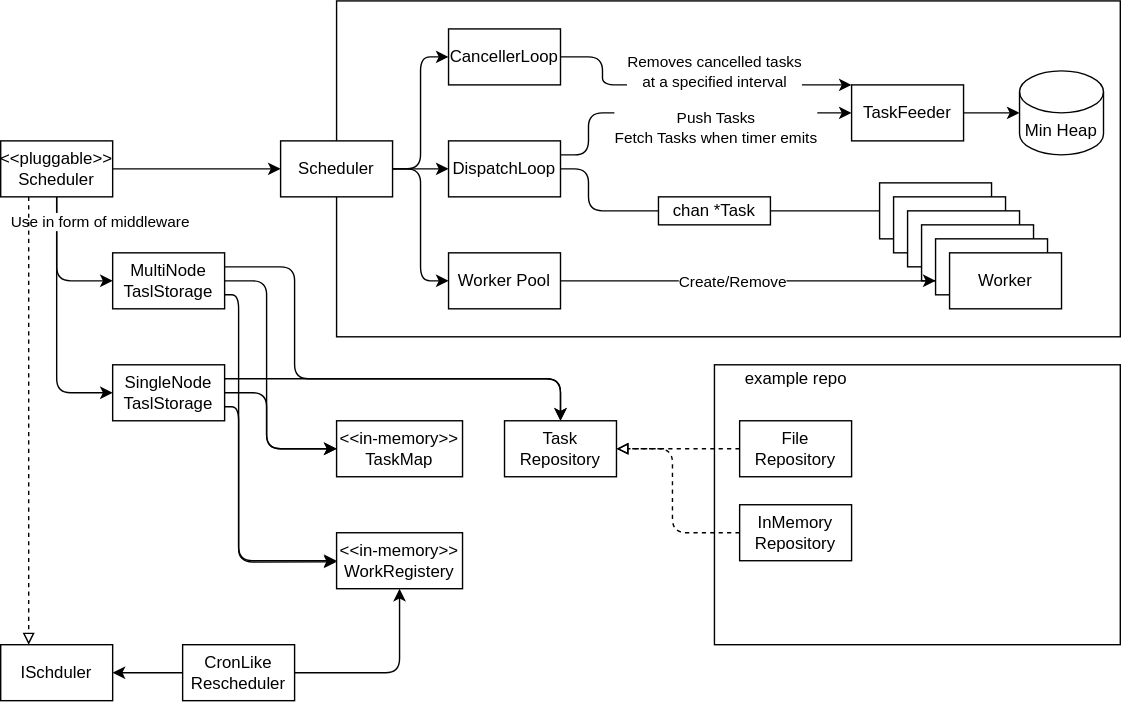
Earlier version of the draw.io export arch.drawio.svg (ngicks/gokugen). Source tidied: cells renumbered, new cells last; positions are measured from the earlier drawing's top-left corner, leaving out a move shared by most shapes. Its diagram source:
```xml
<mxGraphModel>
  <root>
    <mxCell id="0" />
    <mxCell id="1" parent="0" />
    <mxCell id="2" style="rounded=0;whiteSpace=wrap;html=1;align=center;" parent="1" vertex="1">
      <mxGeometry x="510" y="260" width="290" height="200" as="geometry" />
    </mxCell>
    <mxCell id="3" style="rounded=0;whiteSpace=wrap;html=1;" parent="1" vertex="1">
      <mxGeometry x="240" width="560" height="240" as="geometry" />
    </mxCell>
    <mxCell id="4" value="Min Heap" style="shape=cylinder3;whiteSpace=wrap;html=1;boundedLbl=1;backgroundOutline=1;size=15;" parent="1" vertex="1">
      <mxGeometry x="728" y="50" width="60" height="60" as="geometry" />
    </mxCell>
    <mxCell id="5" style="edgeStyle=none;html=1;entryX=0;entryY=0.5;entryDx=0;entryDy=0;entryPerimeter=0;" parent="1" edge="1" source="6" target="4">
      <mxGeometry relative="1" as="geometry" />
    </mxCell>
    <mxCell id="6" value="TaskFeeder" style="rounded=0;whiteSpace=wrap;html=1;" parent="1" vertex="1">
      <mxGeometry x="608" y="60" width="80" height="40" as="geometry" />
    </mxCell>
    <mxCell id="7" style="edgeStyle=none;html=1;endArrow=none;endFill=0;" parent="1" edge="1" source="8" target="21">
      <mxGeometry relative="1" as="geometry" />
    </mxCell>
    <mxCell id="8" value="Worker" style="rounded=0;whiteSpace=wrap;html=1;" parent="1" vertex="1">
      <mxGeometry x="628" y="130" width="80" height="40" as="geometry" />
    </mxCell>
    <mxCell id="9" value="Worker" style="rounded=0;whiteSpace=wrap;html=1;" parent="1" vertex="1">
      <mxGeometry x="638" y="140" width="80" height="40" as="geometry" />
    </mxCell>
    <mxCell id="10" value="Worker" style="rounded=0;whiteSpace=wrap;html=1;" parent="1" vertex="1">
      <mxGeometry x="648" y="150" width="80" height="40" as="geometry" />
    </mxCell>
    <mxCell id="11" value="Worker" style="rounded=0;whiteSpace=wrap;html=1;" parent="1" vertex="1">
      <mxGeometry x="658" y="160" width="80" height="40" as="geometry" />
    </mxCell>
    <mxCell id="12" value="Worker" style="rounded=0;whiteSpace=wrap;html=1;" parent="1" vertex="1">
      <mxGeometry x="668" y="170" width="80" height="40" as="geometry" />
    </mxCell>
    <mxCell id="13" value="Worker" style="rounded=0;whiteSpace=wrap;html=1;" parent="1" vertex="1">
      <mxGeometry x="678" y="180" width="80" height="40" as="geometry" />
    </mxCell>
    <mxCell id="14" style="edgeStyle=none;html=1;entryX=0;entryY=0.75;entryDx=0;entryDy=0;" parent="1" edge="1" source="16" target="12">
      <mxGeometry relative="1" as="geometry" />
    </mxCell>
    <mxCell id="15" value="Create/Remove" style="edgeLabel;html=1;align=center;verticalAlign=middle;" parent="14" vertex="1">
      <mxGeometry x="-0.14" y="-2" relative="1" as="geometry">
        <mxPoint x="7" y="-2" as="offset" />
      </mxGeometry>
    </mxCell>
    <mxCell id="16" value="Worker Pool" style="rounded=0;whiteSpace=wrap;html=1;" parent="1" vertex="1">
      <mxGeometry x="320" y="180" width="80" height="40" as="geometry" />
    </mxCell>
    <mxCell id="17" style="edgeStyle=none;html=1;entryX=0;entryY=0.5;entryDx=0;entryDy=0;exitX=1;exitY=0.25;exitDx=0;exitDy=0;" parent="1" edge="1" source="20" target="6">
      <mxGeometry relative="1" as="geometry">
        <Array as="points">
          <mxPoint x="420" y="110" />
          <mxPoint x="420" y="80" />
        </Array>
      </mxGeometry>
    </mxCell>
    <mxCell id="18" value="Push Tasks&lt;br&gt;Fetch Tasks when timer emits" style="edgeLabel;html=1;align=center;verticalAlign=middle;" parent="17" vertex="1">
      <mxGeometry x="-0.14" relative="1" as="geometry">
        <mxPoint x="38" y="10" as="offset" />
      </mxGeometry>
    </mxCell>
    <mxCell id="19" style="edgeStyle=none;html=1;entryX=0;entryY=0.5;entryDx=0;entryDy=0;endArrow=none;endFill=0;" parent="1" edge="1" source="20" target="21">
      <mxGeometry relative="1" as="geometry">
        <Array as="points">
          <mxPoint x="420" y="120" />
          <mxPoint x="420" y="150" />
        </Array>
      </mxGeometry>
    </mxCell>
    <mxCell id="20" value="DispatchLoop" style="rounded=0;whiteSpace=wrap;html=1;" parent="1" vertex="1">
      <mxGeometry x="320" y="100" width="80" height="40" as="geometry" />
    </mxCell>
    <mxCell id="21" value="chan *Task" style="rounded=0;whiteSpace=wrap;html=1;" parent="1" vertex="1">
      <mxGeometry x="470" y="140" width="80" height="20" as="geometry" />
    </mxCell>
    <mxCell id="22" value="&amp;lt;&amp;lt;in-memory&amp;gt;&amp;gt;&lt;br&gt;WorkRegistery" style="rounded=0;whiteSpace=wrap;html=1;" parent="1" vertex="1">
      <mxGeometry x="240" y="380" width="90" height="40" as="geometry" />
    </mxCell>
    <mxCell id="23" value="Task&lt;br&gt;Repository" style="rounded=0;whiteSpace=wrap;html=1;" parent="1" vertex="1">
      <mxGeometry x="360" y="300" width="80" height="40" as="geometry" />
    </mxCell>
    <mxCell id="24" style="edgeStyle=none;html=1;entryX=0;entryY=0.5;entryDx=0;entryDy=0;exitX=1;exitY=0.5;exitDx=0;exitDy=0;" parent="1" edge="1" source="27" target="16">
      <mxGeometry relative="1" as="geometry">
        <Array as="points">
          <mxPoint x="300" y="120" />
          <mxPoint x="300" y="200" />
        </Array>
      </mxGeometry>
    </mxCell>
    <mxCell id="25" style="edgeStyle=none;html=1;exitX=1;exitY=0.5;exitDx=0;exitDy=0;entryX=0;entryY=0.5;entryDx=0;entryDy=0;" parent="1" edge="1" source="27" target="30">
      <mxGeometry relative="1" as="geometry">
        <Array as="points">
          <mxPoint x="300" y="120" />
          <mxPoint x="300" y="40" />
        </Array>
      </mxGeometry>
    </mxCell>
    <mxCell id="26" style="edgeStyle=none;html=1;entryX=0;entryY=0.5;entryDx=0;entryDy=0;" parent="1" edge="1" source="27" target="20">
      <mxGeometry relative="1" as="geometry" />
    </mxCell>
    <mxCell id="27" value="Scheduler" style="rounded=0;whiteSpace=wrap;html=1;" parent="1" vertex="1">
      <mxGeometry x="200" y="100" width="80" height="40" as="geometry" />
    </mxCell>
    <mxCell id="28" style="edgeStyle=none;html=1;entryX=0;entryY=0;entryDx=0;entryDy=0;exitX=1;exitY=0.5;exitDx=0;exitDy=0;" parent="1" edge="1" source="30" target="6">
      <mxGeometry relative="1" as="geometry">
        <Array as="points">
          <mxPoint x="430" y="40" />
          <mxPoint x="430" y="60" />
        </Array>
      </mxGeometry>
    </mxCell>
    <mxCell id="29" value="Removes cancelled tasks&lt;br&gt;&amp;nbsp;at a specified interval" style="edgeLabel;html=1;align=center;verticalAlign=middle;" parent="28" vertex="1">
      <mxGeometry x="-0.55" y="1" relative="1" as="geometry">
        <mxPoint x="78" y="-9" as="offset" />
      </mxGeometry>
    </mxCell>
    <mxCell id="30" value="CancellerLoop" style="rounded=0;whiteSpace=wrap;html=1;" parent="1" vertex="1">
      <mxGeometry x="320" y="20" width="80" height="40" as="geometry" />
    </mxCell>
    <mxCell id="31" style="edgeStyle=none;html=1;entryX=0.5;entryY=0;entryDx=0;entryDy=0;endArrow=classic;endFill=1;exitX=1;exitY=0.25;exitDx=0;exitDy=0;" parent="1" edge="1" source="34" target="23">
      <mxGeometry relative="1" as="geometry">
        <Array as="points">
          <mxPoint x="400" y="270" />
        </Array>
      </mxGeometry>
    </mxCell>
    <mxCell id="32" style="edgeStyle=none;html=1;exitX=1;exitY=0.5;exitDx=0;exitDy=0;entryX=0;entryY=0.5;entryDx=0;entryDy=0;endArrow=classic;endFill=1;" parent="1" edge="1" source="34" target="39">
      <mxGeometry relative="1" as="geometry">
        <Array as="points">
          <mxPoint x="190" y="280" />
          <mxPoint x="190" y="320" />
        </Array>
      </mxGeometry>
    </mxCell>
    <mxCell id="33" style="edgeStyle=none;html=1;exitX=1;exitY=0.75;exitDx=0;exitDy=0;endArrow=classic;endFill=1;" parent="1" edge="1" source="34">
      <mxGeometry relative="1" as="geometry">
        <mxPoint x="240" y="400.8" as="targetPoint" />
        <Array as="points">
          <mxPoint x="170" y="290" />
          <mxPoint x="170" y="401" />
        </Array>
      </mxGeometry>
    </mxCell>
    <mxCell id="34" value="SingleNode&lt;br&gt;TaslStorage" style="rounded=0;whiteSpace=wrap;html=1;" parent="1" vertex="1">
      <mxGeometry x="80" y="260" width="80" height="40" as="geometry" />
    </mxCell>
    <mxCell id="35" style="edgeStyle=none;html=1;endArrow=classic;endFill=1;exitX=1;exitY=0.25;exitDx=0;exitDy=0;" parent="1" edge="1" source="38">
      <mxGeometry relative="1" as="geometry">
        <mxPoint x="400" y="300" as="targetPoint" />
        <Array as="points">
          <mxPoint x="210" y="190" />
          <mxPoint x="210" y="270" />
          <mxPoint x="400" y="270" />
        </Array>
      </mxGeometry>
    </mxCell>
    <mxCell id="36" style="edgeStyle=none;html=1;endArrow=classic;endFill=1;entryX=0;entryY=0.5;entryDx=0;entryDy=0;" parent="1" edge="1" source="38" target="39">
      <mxGeometry relative="1" as="geometry">
        <Array as="points">
          <mxPoint x="190" y="200" />
          <mxPoint x="190" y="320" />
        </Array>
      </mxGeometry>
    </mxCell>
    <mxCell id="37" style="edgeStyle=none;html=1;exitX=1;exitY=0.75;exitDx=0;exitDy=0;entryX=0;entryY=0.5;entryDx=0;entryDy=0;endArrow=classic;endFill=1;" parent="1" edge="1" source="38" target="22">
      <mxGeometry relative="1" as="geometry">
        <Array as="points">
          <mxPoint x="170" y="210" />
          <mxPoint x="170" y="400" />
        </Array>
      </mxGeometry>
    </mxCell>
    <mxCell id="38" value="MultiNode&lt;br&gt;TaslStorage" style="rounded=0;whiteSpace=wrap;html=1;" parent="1" vertex="1">
      <mxGeometry x="80" y="180" width="80" height="40" as="geometry" />
    </mxCell>
    <mxCell id="39" value="&amp;lt;&amp;lt;in-memory&amp;gt;&amp;gt;&lt;br&gt;TaskMap" style="rounded=0;whiteSpace=wrap;html=1;" parent="1" vertex="1">
      <mxGeometry x="240" y="300" width="90" height="40" as="geometry" />
    </mxCell>
    <mxCell id="40" style="edgeStyle=none;html=1;entryX=0;entryY=0.5;entryDx=0;entryDy=0;endArrow=classic;endFill=1;" parent="1" edge="1" source="45" target="27">
      <mxGeometry relative="1" as="geometry" />
    </mxCell>
    <mxCell id="41" style="edgeStyle=none;html=1;exitX=0.5;exitY=1;exitDx=0;exitDy=0;entryX=0;entryY=0.5;entryDx=0;entryDy=0;endArrow=classic;endFill=1;" parent="1" edge="1" source="45" target="34">
      <mxGeometry relative="1" as="geometry">
        <Array as="points">
          <mxPoint x="40" y="280" />
        </Array>
      </mxGeometry>
    </mxCell>
    <mxCell id="42" style="edgeStyle=none;html=1;entryX=0;entryY=0.5;entryDx=0;entryDy=0;endArrow=classic;endFill=1;" parent="1" edge="1" source="45" target="38">
      <mxGeometry relative="1" as="geometry">
        <Array as="points">
          <mxPoint x="40" y="200" />
        </Array>
      </mxGeometry>
    </mxCell>
    <mxCell id="43" value="Use in form of middleware" style="edgeLabel;html=1;align=center;verticalAlign=middle;" parent="42" vertex="1">
      <mxGeometry x="-0.62" relative="1" as="geometry">
        <mxPoint x="30" y="-1" as="offset" />
      </mxGeometry>
    </mxCell>
    <mxCell id="44" style="edgeStyle=none;html=1;exitX=0.25;exitY=1;exitDx=0;exitDy=0;endArrow=block;endFill=0;entryX=0.25;entryY=0;entryDx=0;entryDy=0;dashed=1;" parent="1" edge="1" source="45" target="54">
      <mxGeometry relative="1" as="geometry" />
    </mxCell>
    <mxCell id="45" value="&amp;lt;&amp;lt;pluggable&amp;gt;&amp;gt;&lt;br&gt;Scheduler" style="rounded=0;whiteSpace=wrap;html=1;" parent="1" vertex="1">
      <mxGeometry y="100" width="80" height="40" as="geometry" />
    </mxCell>
    <mxCell id="46" style="edgeStyle=none;html=1;entryX=0.5;entryY=1;entryDx=0;entryDy=0;endArrow=classic;endFill=1;exitX=1;exitY=0.5;exitDx=0;exitDy=0;" parent="1" edge="1" source="48" target="22">
      <mxGeometry relative="1" as="geometry">
        <Array as="points">
          <mxPoint x="285" y="480" />
        </Array>
      </mxGeometry>
    </mxCell>
    <mxCell id="47" style="edgeStyle=none;html=1;endArrow=classic;endFill=1;" parent="1" edge="1" source="48">
      <mxGeometry relative="1" as="geometry">
        <mxPoint x="80" y="480" as="targetPoint" />
      </mxGeometry>
    </mxCell>
    <mxCell id="48" value="CronLike&lt;br&gt;Rescheduler" style="rounded=0;whiteSpace=wrap;html=1;" parent="1" vertex="1">
      <mxGeometry x="130" y="460" width="80" height="40" as="geometry" />
    </mxCell>
    <mxCell id="49" style="edgeStyle=none;html=1;entryX=1;entryY=0.5;entryDx=0;entryDy=0;endArrow=block;endFill=0;dashed=1;" parent="1" edge="1" source="50" target="23">
      <mxGeometry relative="1" as="geometry" />
    </mxCell>
    <mxCell id="50" value="File Repository" style="rounded=0;whiteSpace=wrap;html=1;" parent="1" vertex="1">
      <mxGeometry x="528" y="300" width="80" height="40" as="geometry" />
    </mxCell>
    <mxCell id="51" value="example repo" style="text;html=1;strokeColor=none;fillColor=none;align=center;verticalAlign=middle;whiteSpace=wrap;rounded=0;" parent="1" vertex="1">
      <mxGeometry x="517" y="260" width="103" height="20" as="geometry" />
    </mxCell>
    <mxCell id="52" style="edgeStyle=none;html=1;entryX=1;entryY=0.5;entryDx=0;entryDy=0;dashed=1;endArrow=block;endFill=0;" parent="1" edge="1" source="53" target="23">
      <mxGeometry relative="1" as="geometry">
        <Array as="points">
          <mxPoint x="480" y="380" />
          <mxPoint x="480" y="320" />
        </Array>
      </mxGeometry>
    </mxCell>
    <mxCell id="53" value="InMemory&lt;br&gt;Repository" style="rounded=0;whiteSpace=wrap;html=1;" parent="1" vertex="1">
      <mxGeometry x="528" y="360" width="80" height="40" as="geometry" />
    </mxCell>
    <mxCell id="54" value="ISchduler" style="rounded=0;whiteSpace=wrap;html=1;" parent="1" vertex="1">
      <mxGeometry y="460" width="80" height="40" as="geometry" />
    </mxCell>
  </root>
</mxGraphModel>
```
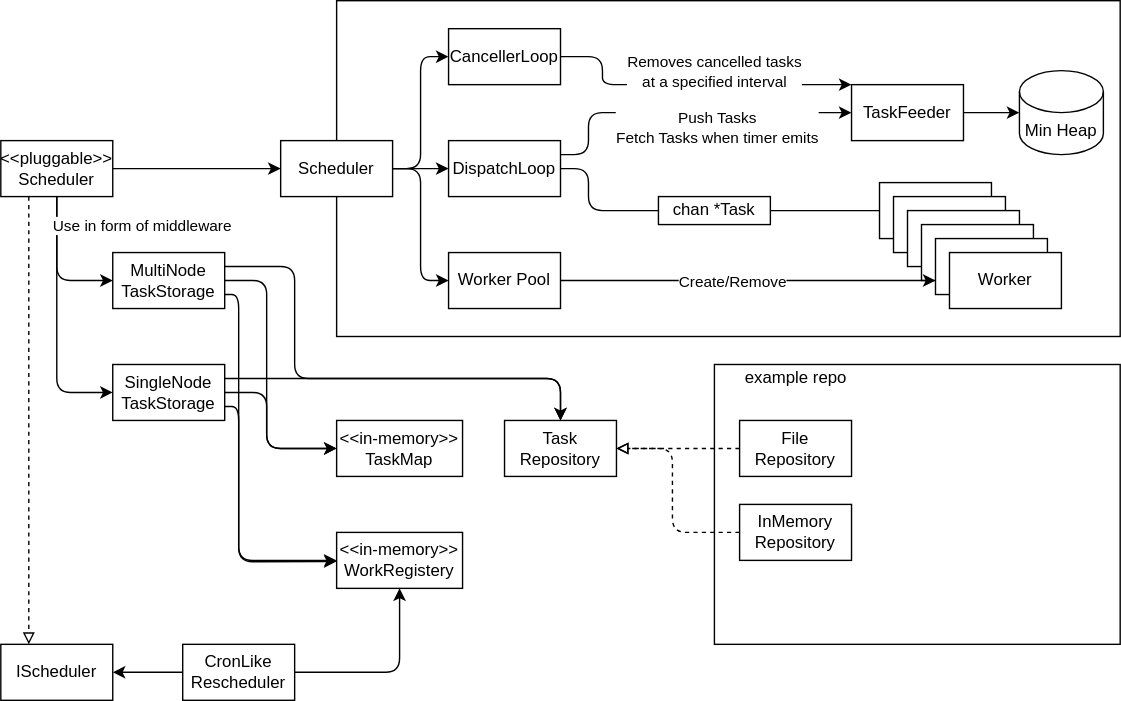
The same diagram one commit later.

What changed in the source:
```diff
@@ -144,7 +144,7 @@
         </Array>
       </mxGeometry>
     </mxCell>
-    <mxCell id="34" value="SingleNode&lt;br&gt;TaslStorage" style="rounded=0;whiteSpace=wrap;html=1;" parent="1" vertex="1">
+    <mxCell id="34" value="SingleNode&lt;br&gt;TaskStorage" style="rounded=0;whiteSpace=wrap;html=1;" parent="1" vertex="1">
       <mxGeometry x="80" y="260" width="80" height="40" as="geometry" />
     </mxCell>
     <mxCell id="35" style="edgeStyle=none;html=1;endArrow=classic;endFill=1;exitX=1;exitY=0.25;exitDx=0;exitDy=0;" parent="1" edge="1" source="38">
@@ -173,7 +173,7 @@
         </Array>
       </mxGeometry>
     </mxCell>
-    <mxCell id="38" value="MultiNode&lt;br&gt;TaslStorage" style="rounded=0;whiteSpace=wrap;html=1;" parent="1" vertex="1">
+    <mxCell id="38" value="MultiNode&lt;br&gt;TaskStorage" style="rounded=0;whiteSpace=wrap;html=1;" parent="1" vertex="1">
       <mxGeometry x="80" y="180" width="80" height="40" as="geometry" />
     </mxCell>
     <mxCell id="39" value="&amp;lt;&amp;lt;in-memory&amp;gt;&amp;gt;&lt;br&gt;TaskMap" style="rounded=0;whiteSpace=wrap;html=1;" parent="1" vertex="1">
@@ -198,7 +198,7 @@
     </mxCell>
     <mxCell id="43" value="Use in form of middleware" style="edgeLabel;html=1;align=center;verticalAlign=middle;" parent="42" vertex="1">
       <mxGeometry x="-0.62" relative="1" as="geometry">
-        <mxPoint x="30" y="-1" as="offset" />
+        <mxPoint x="60" y="1" as="offset" />
       </mxGeometry>
     </mxCell>
     <mxCell id="44" style="edgeStyle=none;html=1;exitX=0.25;exitY=1;exitDx=0;exitDy=0;endArrow=block;endFill=0;entryX=0.25;entryY=0;entryDx=0;entryDy=0;dashed=1;" parent="1" edge="1" source="45" target="54">
@@ -242,7 +242,7 @@
     <mxCell id="53" value="InMemory&lt;br&gt;Repository" style="rounded=0;whiteSpace=wrap;html=1;" parent="1" vertex="1">
       <mxGeometry x="528" y="360" width="80" height="40" as="geometry" />
     </mxCell>
-    <mxCell id="54" value="ISchduler" style="rounded=0;whiteSpace=wrap;html=1;" parent="1" vertex="1">
+    <mxCell id="54" value="IScheduler" style="rounded=0;whiteSpace=wrap;html=1;" parent="1" vertex="1">
       <mxGeometry y="460" width="80" height="40" as="geometry" />
     </mxCell>
   </root>
```
